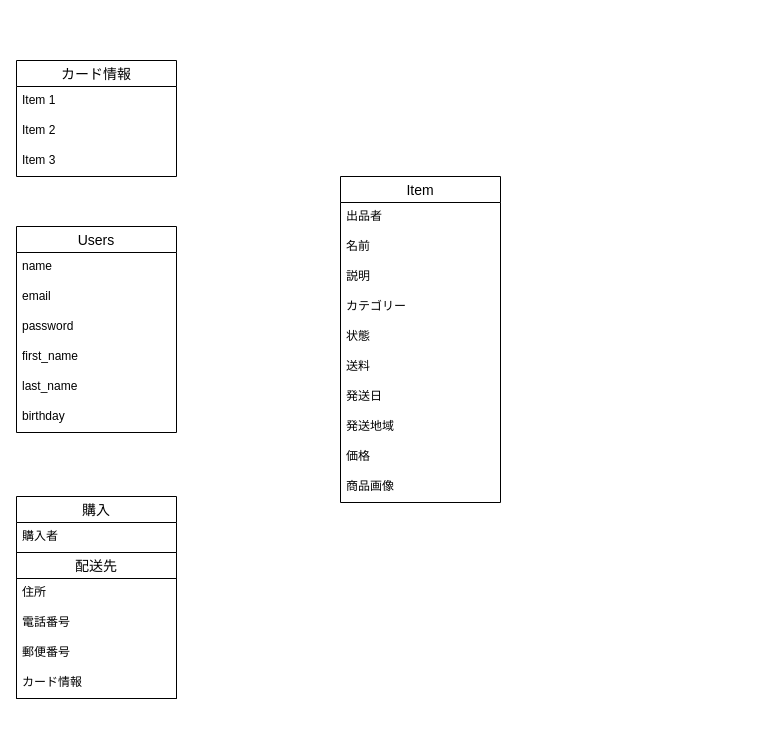
The draw.io diagram databece.dio in shimi1991/furima-37284, before the edit. Source tidied: cells renumbered, new cells numbered last; positions are measured from the earlier drawing's top-left corner, leaving out a move shared by most shapes. Both pictures are drawn from the tidied source at 100%, with x=0, y=0 at pixel (16, 60).
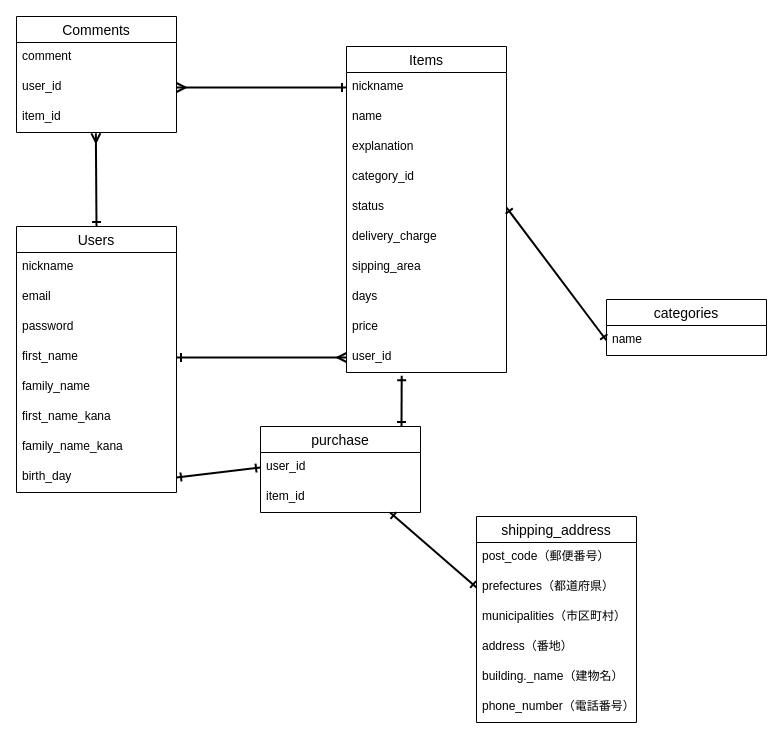
Above is the later version.

Commit message (it also covers changes not shown here):
データベース設計

The change refers to these unchanged cells:
```xml
<mxCell id="6" value="first_name" style="text;strokeColor=none;fillColor=none;spacingLeft=4;spacingRight=4;overflow=hidden;points=[[0,0.5],[1,0.5]];portConstraint=eastwest;fontSize=12;" parent="2" vertex="1">
  <mxGeometry y="116" width="160" height="30" as="geometry" />
</mxCell>
```

What changed in the source:
```diff
@@
+    <mxCell id="31" style="edgeStyle=none;jumpStyle=none;html=1;entryX=0;entryY=0.5;entryDx=0;entryDy=0;startArrow=ERone;startFill=0;endArrow=ERone;endFill=0;sourcePerimeterSpacing=0;strokeColor=default;strokeWidth=2;exitX=1;exitY=0.5;exitDx=0;exitDy=0;" parent="1" edge="1" source="8" target="49">
+      <mxGeometry relative="1" as="geometry" />
+    </mxCell>
+    <mxCell id="32" style="edgeStyle=none;jumpStyle=none;html=1;exitX=0.5;exitY=0;exitDx=0;exitDy=0;entryX=0.496;entryY=1.027;entryDx=0;entryDy=0;entryPerimeter=0;startArrow=ERone;startFill=0;endArrow=ERmany;endFill=0;sourcePerimeterSpacing=0;strokeColor=default;strokeWidth=2;" parent="1" edge="1" source="2" target="55">
+      <mxGeometry relative="1" as="geometry" />
+    </mxCell>
     <mxCell id="2" value="Users" style="swimlane;fontStyle=0;horizontal=1;startSize=26;align=center;fontSize=14;" parent="1" vertex="1">
-      <mxGeometry y="166" width="160" height="206" as="geometry" />
+      <mxGeometry y="166" width="160" height="266" as="geometry" />
     </mxCell>
-    <mxCell id="3" value="name" style="text;strokeColor=none;fillColor=none;spacingLeft=4;spacingRight=4;overflow=hidden;fontSize=12;" parent="2" vertex="1">
+    <mxCell id="3" value="nickname" style="text;strokeColor=none;fillColor=none;spacingLeft=4;spacingRight=4;overflow=hidden;fontSize=12;" parent="2" vertex="1">
       <mxGeometry y="26" width="160" height="30" as="geometry" />
     </mxCell>
@@
-    <mxCell id="7" value="last_name&#10;" style="text;strokeColor=none;fillColor=none;spacingLeft=4;spacingRight=4;overflow=hidden;fontSize=12;" parent="2" vertex="1">
+    <mxCell id="7" value="family_name&#10;" style="text;strokeColor=none;fillColor=none;spacingLeft=4;spacingRight=4;overflow=hidden;fontSize=12;" parent="2" vertex="1">
       <mxGeometry y="146" width="160" height="30" as="geometry" />
     </mxCell>
+    <mxCell id="33" value="first_name_kana" style="text;strokeColor=none;fillColor=none;spacingLeft=4;spacingRight=4;overflow=hidden;fontSize=12;" parent="2" vertex="1">
+      <mxGeometry y="176" width="160" height="30" as="geometry" />
+    </mxCell>
+    <mxCell id="34" value="family_name_kana" style="text;strokeColor=none;fillColor=none;spacingLeft=4;spacingRight=4;overflow=hidden;fontSize=12;" parent="2" vertex="1">
+      <mxGeometry y="206" width="160" height="30" as="geometry" />
+    </mxCell>
-    <mxCell id="8" value="birthday" style="text;strokeColor=none;fillColor=none;spacingLeft=4;spacingRight=4;overflow=hidden;points=[[0,0.5],[1,0.5]];portConstraint=eastwest;fontSize=12;" parent="2" vertex="1">
-      <mxGeometry y="176" width="160" height="30" as="geometry" />
+    <mxCell id="8" value="birth_day" style="text;strokeColor=none;fillColor=none;spacingLeft=4;spacingRight=4;overflow=hidden;points=[[0,0.5],[1,0.5]];portConstraint=eastwest;fontSize=12;" parent="2" vertex="1">
+      <mxGeometry y="236" width="160" height="30" as="geometry" />
     </mxCell>
-    <mxCell id="9" value="Item" style="swimlane;fontStyle=0;horizontal=1;startSize=26;align=center;fontSize=14;" parent="1" vertex="1">
-      <mxGeometry x="324" y="116" width="160" height="326" as="geometry" />
+    <mxCell id="9" value="Items" style="swimlane;fontStyle=0;horizontal=1;startSize=26;align=center;fontSize=14;" parent="1" vertex="1">
+      <mxGeometry x="330" y="-14" width="160" height="326" as="geometry" />
     </mxCell>
-    <mxCell id="10" value="出品者" style="text;strokeColor=none;fillColor=none;spacingLeft=4;spacingRight=4;overflow=hidden;points=[[0,0.5],[1,0.5]];portConstraint=eastwest;fontSize=12;" parent="9" vertex="1">
+    <mxCell id="10" value="nickname" style="text;strokeColor=none;fillColor=none;spacingLeft=4;spacingRight=4;overflow=hidden;points=[[0,0.5],[1,0.5]];portConstraint=eastwest;fontSize=12;" parent="9" vertex="1">
       <mxGeometry y="26" width="160" height="30" as="geometry" />
     </mxCell>
-    <mxCell id="11" value="名前" style="text;strokeColor=none;fillColor=none;spacingLeft=4;spacingRight=4;overflow=hidden;fontSize=12;" parent="9" vertex="1">
+    <mxCell id="11" value="name" style="text;strokeColor=none;fillColor=none;spacingLeft=4;spacingRight=4;overflow=hidden;fontSize=12;" parent="9" vertex="1">
       <mxGeometry y="56" width="160" height="30" as="geometry" />
     </mxCell>
-    <mxCell id="12" value="説明" style="text;strokeColor=none;fillColor=none;spacingLeft=4;spacingRight=4;overflow=hidden;fontSize=12;" parent="9" vertex="1">
+    <mxCell id="12" value="explanation" style="text;strokeColor=none;fillColor=none;spacingLeft=4;spacingRight=4;overflow=hidden;fontSize=12;" parent="9" vertex="1">
       <mxGeometry y="86" width="160" height="30" as="geometry" />
     </mxCell>
-    <mxCell id="13" value="カテゴリー" style="text;strokeColor=none;fillColor=none;spacingLeft=4;spacingRight=4;overflow=hidden;fontSize=12;" parent="9" vertex="1">
+    <mxCell id="13" value="category_id" style="text;strokeColor=none;fillColor=none;spacingLeft=4;spacingRight=4;overflow=hidden;fontSize=12;" parent="9" vertex="1">
       <mxGeometry y="116" width="160" height="30" as="geometry" />
     </mxCell>
-    <mxCell id="14" value="状態" style="text;strokeColor=none;fillColor=none;spacingLeft=4;spacingRight=4;overflow=hidden;points=[[0,0.5],[1,0.5]];portConstraint=eastwest;fontSize=12;" parent="9" vertex="1">
+    <mxCell id="14" value="status" style="text;strokeColor=none;fillColor=none;spacingLeft=4;spacingRight=4;overflow=hidden;points=[[0,0.5],[1,0.5]];portConstraint=eastwest;fontSize=12;" parent="9" vertex="1">
       <mxGeometry y="146" width="160" height="30" as="geometry" />
     </mxCell>
-    <mxCell id="15" value="送料" style="text;strokeColor=none;fillColor=none;spacingLeft=4;spacingRight=4;overflow=hidden;fontSize=12;" parent="9" vertex="1">
+    <mxCell id="15" value="delivery_charge" style="text;strokeColor=none;fillColor=none;spacingLeft=4;spacingRight=4;overflow=hidden;fontSize=12;" parent="9" vertex="1">
       <mxGeometry y="176" width="160" height="30" as="geometry" />
     </mxCell>
-    <mxCell id="16" value="発送日" style="text;strokeColor=none;fillColor=none;spacingLeft=4;spacingRight=4;overflow=hidden;fontSize=12;" parent="9" vertex="1">
+    <mxCell id="16" value="sipping_area" style="text;strokeColor=none;fillColor=none;spacingLeft=4;spacingRight=4;overflow=hidden;fontSize=12;" parent="9" vertex="1">
       <mxGeometry y="206" width="160" height="30" as="geometry" />
     </mxCell>
-    <mxCell id="17" value="発送地域" style="text;strokeColor=none;fillColor=none;spacingLeft=4;spacingRight=4;overflow=hidden;fontSize=12;" parent="9" vertex="1">
+    <mxCell id="17" value="days" style="text;strokeColor=none;fillColor=none;spacingLeft=4;spacingRight=4;overflow=hidden;fontSize=12;" parent="9" vertex="1">
       <mxGeometry y="236" width="160" height="30" as="geometry" />
     </mxCell>
-    <mxCell id="18" value="価格" style="text;strokeColor=none;fillColor=none;spacingLeft=4;spacingRight=4;overflow=hidden;fontSize=12;" parent="9" vertex="1">
+    <mxCell id="18" value="price" style="text;strokeColor=none;fillColor=none;spacingLeft=4;spacingRight=4;overflow=hidden;fontSize=12;" parent="9" vertex="1">
       <mxGeometry y="266" width="160" height="30" as="geometry" />
     </mxCell>
-    <mxCell id="19" value="商品画像" style="text;strokeColor=none;fillColor=none;spacingLeft=4;spacingRight=4;overflow=hidden;fontSize=12;" parent="9" vertex="1">
-      <mxGeometry y="296" width="160" height="30" as="geometry" />
-    </mxCell>
-    <mxCell id="20" value="購入" style="swimlane;fontStyle=0;horizontal=1;startSize=26;align=center;fontSize=14;" parent="1" vertex="1">
-      <mxGeometry y="436" width="160" height="202" as="geometry" />
-    </mxCell>
-    <mxCell id="21" value="購入者" style="text;strokeColor=none;fillColor=none;spacingLeft=4;spacingRight=4;overflow=hidden;fontSize=12;" parent="20" vertex="1">
-      <mxGeometry y="26" width="160" height="30" as="geometry" />
-    </mxCell>
-    <mxCell id="22" value="配送先" style="swimlane;fontStyle=0;horizontal=1;startSize=26;align=center;fontSize=14;" parent="20" vertex="1">
-      <mxGeometry y="56" width="160" height="146" as="geometry" />
-    </mxCell>
-    <mxCell id="23" value="住所" style="text;strokeColor=none;fillColor=none;spacingLeft=4;spacingRight=4;overflow=hidden;fontSize=12;" parent="22" vertex="1">
-      <mxGeometry y="26" width="160" height="30" as="geometry" />
-    </mxCell>
-    <mxCell id="24" value="電話番号" style="text;strokeColor=none;fillColor=none;spacingLeft=4;spacingRight=4;overflow=hidden;fontSize=12;" parent="22" vertex="1">
-      <mxGeometry y="56" width="160" height="30" as="geometry" />
-    </mxCell>
-    <mxCell id="25" value="郵便番号" style="text;strokeColor=none;fillColor=none;spacingLeft=4;spacingRight=4;overflow=hidden;fontSize=12;" parent="22" vertex="1">
-      <mxGeometry y="86" width="160" height="30" as="geometry" />
-    </mxCell>
-    <mxCell id="26" value="カード情報" style="text;strokeColor=none;fillColor=none;spacingLeft=4;spacingRight=4;overflow=hidden;fontSize=12;" parent="22" vertex="1">
-      <mxGeometry y="116" width="160" height="30" as="geometry" />
-    </mxCell>
-    <mxCell id="27" value="カード情報" style="swimlane;fontStyle=0;horizontal=1;startSize=26;align=center;fontSize=14;" parent="1" vertex="1">
-      <mxGeometry width="160" height="116" as="geometry" />
-    </mxCell>
-    <mxCell id="28" value="Item 1" style="text;strokeColor=none;fillColor=none;spacingLeft=4;spacingRight=4;overflow=hidden;fontSize=12;" parent="27" vertex="1">
-      <mxGeometry y="26" width="160" height="30" as="geometry" />
-    </mxCell>
-    <mxCell id="29" value="Item 2" style="text;strokeColor=none;fillColor=none;spacingLeft=4;spacingRight=4;overflow=hidden;fontSize=12;" parent="27" vertex="1">
-      <mxGeometry y="56" width="160" height="30" as="geometry" />
-    </mxCell>
-    <mxCell id="30" value="Item 3" style="text;strokeColor=none;fillColor=none;spacingLeft=4;spacingRight=4;overflow=hidden;fontSize=12;" parent="27" vertex="1">
-      <mxGeometry y="86" width="160" height="30" as="geometry" />
-    </mxCell>
+    <mxCell id="35" value="user_id" style="text;strokeColor=none;fillColor=none;spacingLeft=4;spacingRight=4;overflow=hidden;points=[[0,0.5],[1,0.5]];portConstraint=eastwest;fontSize=12;" parent="9" vertex="1">
+      <mxGeometry y="296" width="160" height="30" as="geometry" />
+    </mxCell>
+    <mxCell id="36" value="shipping_address" style="swimlane;fontStyle=0;horizontal=1;startSize=26;align=center;fontSize=14;" parent="1" vertex="1">
+      <mxGeometry x="460" y="456" width="160" height="206" as="geometry" />
+    </mxCell>
+    <mxCell id="37" value="post_code（郵便番号）" style="text;strokeColor=none;fillColor=none;spacingLeft=4;spacingRight=4;overflow=hidden;fontSize=12;" parent="36" vertex="1">
+      <mxGeometry y="26" width="160" height="30" as="geometry" />
+    </mxCell>
+    <mxCell id="38" value="prefectures（都道府県）" style="text;strokeColor=none;fillColor=none;spacingLeft=4;spacingRight=4;overflow=hidden;points=[[0,0.5],[1,0.5]];portConstraint=eastwest;fontSize=12;" parent="36" vertex="1">
+      <mxGeometry y="56" width="160" height="30" as="geometry" />
+    </mxCell>
+    <mxCell id="39" value="municipalities（市区町村）" style="text;strokeColor=none;fillColor=none;spacingLeft=4;spacingRight=4;overflow=hidden;fontSize=12;" parent="36" vertex="1">
+      <mxGeometry y="86" width="160" height="30" as="geometry" />
+    </mxCell>
+    <mxCell id="40" value="address（番地）" style="text;strokeColor=none;fillColor=none;spacingLeft=4;spacingRight=4;overflow=hidden;fontSize=12;" parent="36" vertex="1">
+      <mxGeometry y="116" width="160" height="30" as="geometry" />
+    </mxCell>
+    <mxCell id="41" value="building._name（建物名）" style="text;strokeColor=none;fillColor=none;spacingLeft=4;spacingRight=4;overflow=hidden;fontSize=12;" parent="36" vertex="1">
+      <mxGeometry y="146" width="160" height="30" as="geometry" />
+    </mxCell>
+    <mxCell id="42" value="phone_number（電話番号）" style="text;strokeColor=none;fillColor=none;spacingLeft=4;spacingRight=4;overflow=hidden;fontSize=12;" parent="36" vertex="1">
+      <mxGeometry y="176" width="160" height="30" as="geometry" />
+    </mxCell>
+    <mxCell id="43" style="edgeStyle=none;html=1;exitX=1;exitY=0.5;exitDx=0;exitDy=0;endArrow=ERmany;endFill=0;strokeColor=default;strokeWidth=2;entryX=0;entryY=0.5;entryDx=0;entryDy=0;startArrow=ERone;startFill=0;" parent="1" edge="1" source="6" target="35">
+      <mxGeometry relative="1" as="geometry" />
+    </mxCell>
+    <mxCell id="44" value="categories" style="swimlane;fontStyle=0;horizontal=1;startSize=26;align=center;fontSize=14;" parent="1" vertex="1">
+      <mxGeometry x="590" y="239" width="160" height="56" as="geometry" />
+    </mxCell>
+    <mxCell id="45" value="name   &#10;" style="text;strokeColor=none;fillColor=none;spacingLeft=4;spacingRight=4;overflow=hidden;points=[[0,0.5],[1,0.5]];portConstraint=eastwest;fontSize=12;" parent="44" vertex="1">
+      <mxGeometry y="26" width="160" height="30" as="geometry" />
+    </mxCell>
+    <mxCell id="46" style="edgeStyle=none;jumpStyle=none;html=1;exitX=0;exitY=0.5;exitDx=0;exitDy=0;entryX=1;entryY=0.5;entryDx=0;entryDy=0;startArrow=ERone;startFill=0;endArrow=ERone;endFill=0;sourcePerimeterSpacing=0;strokeColor=default;strokeWidth=2;" parent="1" edge="1" source="45" target="14">
+      <mxGeometry relative="1" as="geometry" />
+    </mxCell>
+    <mxCell id="47" style="edgeStyle=none;jumpStyle=none;html=1;entryX=0;entryY=0.5;entryDx=0;entryDy=0;startArrow=ERone;startFill=0;endArrow=ERone;endFill=0;sourcePerimeterSpacing=0;strokeColor=default;strokeWidth=2;" parent="1" edge="1" source="48" target="38">
+      <mxGeometry relative="1" as="geometry" />
+    </mxCell>
+    <mxCell id="48" value="purchase" style="swimlane;fontStyle=0;horizontal=1;startSize=26;align=center;fontSize=14;" parent="1" vertex="1">
+      <mxGeometry x="244" y="366" width="160" height="86" as="geometry" />
+    </mxCell>
+    <mxCell id="49" value="user_id" style="text;strokeColor=none;fillColor=none;spacingLeft=4;spacingRight=4;overflow=hidden;points=[[0,0.5],[1,0.5]];portConstraint=eastwest;fontSize=12;" parent="48" vertex="1">
+      <mxGeometry y="26" width="160" height="30" as="geometry" />
+    </mxCell>
+    <mxCell id="50" value="item_id" style="text;strokeColor=none;fillColor=none;spacingLeft=4;spacingRight=4;overflow=hidden;fontSize=12;" parent="48" vertex="1">
+      <mxGeometry y="56" width="160" height="30" as="geometry" />
+    </mxCell>
+    <mxCell id="51" style="edgeStyle=none;jumpStyle=none;html=1;startArrow=ERone;startFill=0;endArrow=ERone;endFill=0;sourcePerimeterSpacing=0;strokeColor=default;strokeWidth=2;exitX=0.345;exitY=1.106;exitDx=0;exitDy=0;exitPerimeter=0;" parent="1" edge="1" source="35">
+      <mxGeometry relative="1" as="geometry">
+        <mxPoint x="385" y="366" as="targetPoint" />
+      </mxGeometry>
+    </mxCell>
+    <mxCell id="52" value="Comments" style="swimlane;fontStyle=0;horizontal=1;startSize=26;align=center;fontSize=14;" parent="1" vertex="1">
+      <mxGeometry y="-44" width="160" height="116" as="geometry" />
+    </mxCell>
+    <mxCell id="53" value="comment" style="text;strokeColor=none;fillColor=none;spacingLeft=4;spacingRight=4;overflow=hidden;fontSize=12;" parent="52" vertex="1">
+      <mxGeometry y="26" width="160" height="30" as="geometry" />
+    </mxCell>
+    <mxCell id="54" value="user_id" style="text;strokeColor=none;fillColor=none;spacingLeft=4;spacingRight=4;overflow=hidden;points=[[0,0.5],[1,0.5]];portConstraint=eastwest;fontSize=12;" parent="52" vertex="1">
+      <mxGeometry y="56" width="160" height="30" as="geometry" />
+    </mxCell>
+    <mxCell id="55" value="item_id" style="text;strokeColor=none;fillColor=none;spacingLeft=4;spacingRight=4;overflow=hidden;points=[[0,0.5],[1,0.5]];portConstraint=eastwest;fontSize=12;" parent="52" vertex="1">
+      <mxGeometry y="86" width="160" height="30" as="geometry" />
+    </mxCell>
+    <mxCell id="56" style="edgeStyle=none;jumpStyle=none;html=1;exitX=1;exitY=0.5;exitDx=0;exitDy=0;startArrow=ERmany;startFill=0;endArrow=ERone;endFill=0;sourcePerimeterSpacing=0;strokeColor=default;strokeWidth=2;entryX=0;entryY=0.5;entryDx=0;entryDy=0;" parent="1" edge="1" source="54" target="10">
+      <mxGeometry relative="1" as="geometry" />
+    </mxCell>
```
